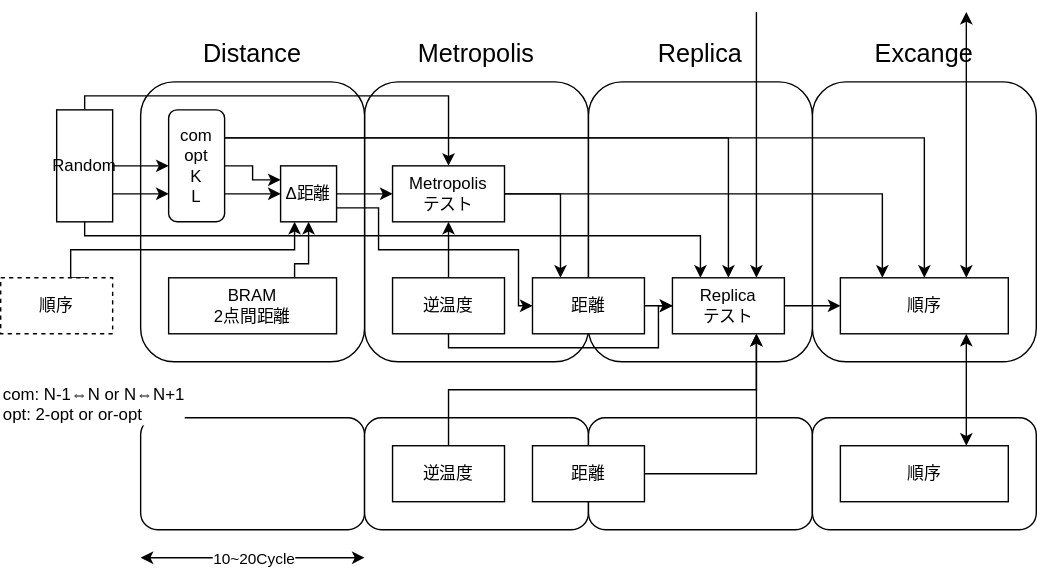
Before: ブロック図.svg, a diagram exported from draw.io (tom01h/replica_salesman). Source tidied: cells renumbered, new cells last; positions are measured from the earlier drawing's top-left corner, leaving out a move shared by most shapes.
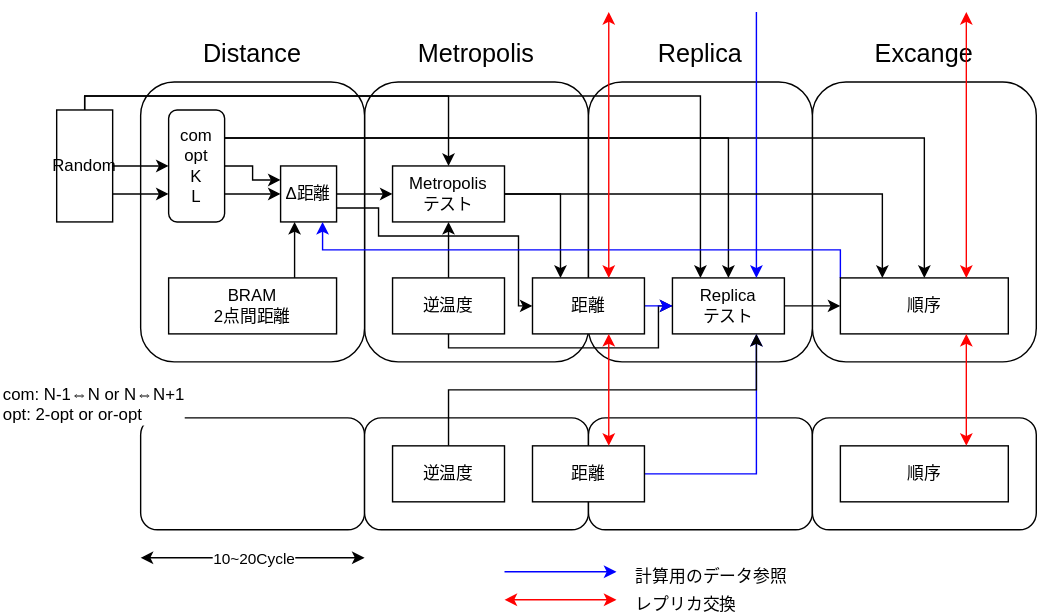
Above is the later version.

Diff of the diagram source:
```diff
@@ -23,7 +23,7 @@
     <mxCell id="8" style="edgeStyle=orthogonalEdgeStyle;rounded=0;jettySize=auto;html=1;exitX=1;exitY=0.25;exitDx=0;exitDy=0;entryX=0.5;entryY=0;entryDx=0;entryDy=0;" parent="1" edge="1" source="10" target="32">
       <mxGeometry relative="1" as="geometry" />
     </mxCell>
-    <mxCell id="9" style="edgeStyle=orthogonalEdgeStyle;rounded=0;jettySize=auto;html=1;exitX=1;exitY=0.25;exitDx=0;exitDy=0;entryX=0.5;entryY=0;entryDx=0;entryDy=0;" parent="1" edge="1" source="10" target="40">
+    <mxCell id="9" style="edgeStyle=orthogonalEdgeStyle;rounded=0;jettySize=auto;html=1;exitX=1;exitY=0.25;exitDx=0;exitDy=0;entryX=0.5;entryY=0;entryDx=0;entryDy=0;" parent="1" edge="1" source="10" target="41">
       <mxGeometry relative="1" as="geometry" />
     </mxCell>
     <mxCell id="10" value="com&lt;br&gt;opt&lt;br&gt;K&lt;br&gt;L" style="rounded=1;whiteSpace=wrap;html=1;" parent="1" vertex="1">
@@ -43,22 +43,22 @@
         </Array>
       </mxGeometry>
     </mxCell>
-    <mxCell id="14" style="edgeStyle=orthogonalEdgeStyle;rounded=0;jettySize=auto;html=1;exitX=0.5;exitY=1;exitDx=0;exitDy=0;entryX=0.25;entryY=0;entryDx=0;entryDy=0;fontSize=12;" parent="1" edge="1" source="15" target="32">
+    <mxCell id="14" style="edgeStyle=orthogonalEdgeStyle;rounded=0;jettySize=auto;html=1;exitX=0.5;exitY=0;exitDx=0;exitDy=0;entryX=0.25;entryY=0;entryDx=0;entryDy=0;fontSize=12;" parent="1" edge="1" source="15" target="32">
       <mxGeometry relative="1" as="geometry">
         <Array as="points">
-          <mxPoint x="60" y="160" />
-          <mxPoint x="500" y="160" />
+          <mxPoint x="60" y="60" />
+          <mxPoint x="500" y="60" />
         </Array>
       </mxGeometry>
     </mxCell>
     <mxCell id="15" value="Random" style="rounded=0;whiteSpace=wrap;html=1;" parent="1" vertex="1">
       <mxGeometry x="40" y="70" width="40" height="80" as="geometry" />
     </mxCell>
-    <mxCell id="16" style="edgeStyle=orthogonalEdgeStyle;rounded=0;jettySize=auto;html=1;exitX=0.75;exitY=0;exitDx=0;exitDy=0;entryX=0.5;entryY=1;entryDx=0;entryDy=0;" parent="1" edge="1" source="17" target="20">
+    <mxCell id="16" style="edgeStyle=orthogonalEdgeStyle;rounded=0;jettySize=auto;html=1;exitX=0.75;exitY=0;exitDx=0;exitDy=0;entryX=0.25;entryY=1;entryDx=0;entryDy=0;" parent="1" edge="1" source="17" target="20">
       <mxGeometry relative="1" as="geometry">
         <Array as="points">
-          <mxPoint x="210" y="180" />
-          <mxPoint x="220" y="180" />
+          <mxPoint x="210" y="170" />
+          <mxPoint x="210" y="170" />
         </Array>
       </mxGeometry>
     </mxCell>
@@ -72,8 +72,8 @@
       <mxGeometry relative="1" as="geometry">
         <Array as="points">
           <mxPoint x="270" y="140" />
-          <mxPoint x="270" y="170" />
-          <mxPoint x="370" y="170" />
+          <mxPoint x="270" y="160" />
+          <mxPoint x="370" y="160" />
           <mxPoint x="370" y="210" />
         </Array>
       </mxGeometry>
@@ -108,7 +108,7 @@
     <mxCell id="27" value="Metropolis" style="text;html=1;strokeColor=none;fillColor=none;align=center;verticalAlign=middle;whiteSpace=wrap;rounded=0;fontSize=18;rotation=0;" parent="1" vertex="1">
       <mxGeometry x="300" y="10" width="80" height="40" as="geometry" />
     </mxCell>
-    <mxCell id="28" style="edgeStyle=orthogonalEdgeStyle;rounded=0;jettySize=auto;html=1;exitX=1;exitY=0.5;exitDx=0;exitDy=0;fontSize=18;" parent="1" edge="1" source="29" target="32">
+    <mxCell id="28" style="edgeStyle=orthogonalEdgeStyle;rounded=0;jettySize=auto;html=1;exitX=1;exitY=0.5;exitDx=0;exitDy=0;fontSize=18;strokeColor=#0000FF;" parent="1" edge="1" source="29" target="32">
       <mxGeometry relative="1" as="geometry" />
     </mxCell>
     <mxCell id="29" value="距離" style="rounded=0;whiteSpace=wrap;html=1;" parent="1" vertex="1">
@@ -117,7 +117,7 @@
     <mxCell id="30" value="Replica" style="text;html=1;strokeColor=none;fillColor=none;align=center;verticalAlign=middle;whiteSpace=wrap;rounded=0;fontSize=18;rotation=0;" parent="1" vertex="1">
       <mxGeometry x="460" y="10" width="80" height="40" as="geometry" />
     </mxCell>
-    <mxCell id="31" style="edgeStyle=orthogonalEdgeStyle;rounded=0;jettySize=auto;html=1;exitX=1;exitY=0.5;exitDx=0;exitDy=0;entryX=0;entryY=0.5;entryDx=0;entryDy=0;fontSize=18;" parent="1" edge="1" source="32" target="40">
+    <mxCell id="31" style="edgeStyle=orthogonalEdgeStyle;rounded=0;jettySize=auto;html=1;exitX=1;exitY=0.5;exitDx=0;exitDy=0;entryX=0;entryY=0.5;entryDx=0;entryDy=0;fontSize=18;" parent="1" edge="1" source="32" target="41">
       <mxGeometry relative="1" as="geometry" />
     </mxCell>
     <mxCell id="32" value="Replica&lt;br&gt;テスト" style="rounded=0;whiteSpace=wrap;html=1;" parent="1" vertex="1">
@@ -132,7 +132,7 @@
     <mxCell id="35" style="rounded=1;whiteSpace=wrap;html=1;" parent="1" vertex="1">
       <mxGeometry x="420" y="290" width="160" height="80" as="geometry" />
     </mxCell>
-    <mxCell id="36" style="edgeStyle=orthogonalEdgeStyle;rounded=0;jettySize=auto;html=1;exitX=1;exitY=0.5;exitDx=0;exitDy=0;entryX=0.75;entryY=1;entryDx=0;entryDy=0;fontSize=18;" parent="1" edge="1" source="37" target="32">
+    <mxCell id="36" style="edgeStyle=orthogonalEdgeStyle;rounded=0;jettySize=auto;html=1;exitX=1;exitY=0.5;exitDx=0;exitDy=0;entryX=0.75;entryY=1;entryDx=0;entryDy=0;fontSize=18;strokeColor=#0000FF;" parent="1" edge="1" source="37" target="32">
       <mxGeometry relative="1" as="geometry" />
     </mxCell>
     <mxCell id="37" value="距離" style="rounded=0;whiteSpace=wrap;html=1;" parent="1" vertex="1">
@@ -144,56 +144,78 @@
     <mxCell id="39" value="Excange" style="text;html=1;strokeColor=none;fillColor=none;align=center;verticalAlign=middle;whiteSpace=wrap;rounded=0;fontSize=18;rotation=0;" parent="1" vertex="1">
       <mxGeometry x="620" y="10" width="80" height="40" as="geometry" />
     </mxCell>
-    <mxCell id="40" value="順序" style="rounded=0;whiteSpace=wrap;html=1;" parent="1" vertex="1">
-      <mxGeometry x="600" y="190" width="120" height="40" as="geometry" />
+    <mxCell id="40" style="edgeStyle=orthogonalEdgeStyle;rounded=0;jettySize=auto;html=1;exitX=0;exitY=0;exitDx=0;exitDy=0;entryX=0.75;entryY=1;entryDx=0;entryDy=0;strokeColor=#0000FF;" parent="1" edge="1" source="41" target="20">
+      <mxGeometry relative="1" as="geometry" />
     </mxCell>
     <mxCell id="41" value="順序" style="rounded=0;whiteSpace=wrap;html=1;" parent="1" vertex="1">
-      <mxGeometry x="600" y="310" width="120" height="40" as="geometry" />
+      <mxGeometry x="600" y="190" width="120" height="40" as="geometry" />
     </mxCell>
-    <mxCell id="42" style="endArrow=classic;startArrow=classic;html=1;fontSize=18;entryX=0.75;entryY=1;entryDx=0;entryDy=0;exitX=0.75;exitY=0;exitDx=0;exitDy=0;" parent="1" edge="1" source="41" target="40">
-      <mxGeometry relative="1" as="geometry" />
+    <mxCell id="42" value="順序" style="rounded=0;whiteSpace=wrap;html=1;" parent="1" vertex="1">
+      <mxGeometry x="600" y="310" width="120" height="40" as="geometry" />
     </mxCell>
-    <mxCell id="43" style="endArrow=classic;startArrow=classic;html=1;fontSize=18;entryX=0.75;entryY=0;entryDx=0;entryDy=0;" parent="1" edge="1" target="40">
-      <mxGeometry relative="1" as="geometry">
-        <mxPoint x="690" as="sourcePoint" />
-      </mxGeometry>
+    <mxCell id="43" style="endArrow=classic;startArrow=classic;html=1;fontSize=18;entryX=0.75;entryY=1;entryDx=0;entryDy=0;exitX=0.75;exitY=0;exitDx=0;exitDy=0;strokeColor=#FF0000;" parent="1" edge="1" source="42" target="41">
+      <mxGeometry relative="1" as="geometry" />
     </mxCell>
-    <mxCell id="44" value="com: N-1⇔N or N⇔N+1&lt;br&gt;opt: 2-opt or or-opt" style="text;html=1;strokeColor=none;fillColor=none;align=left;verticalAlign=top;whiteSpace=wrap;rounded=0;fontSize=12;labelBackgroundColor=#ffffff;" parent="1" vertex="1">
-      <mxGeometry y="260" width="140" height="40" as="geometry" />
+    <mxCell id="44" style="endArrow=classic;startArrow=classic;html=1;fontSize=18;entryX=0.75;entryY=0;entryDx=0;entryDy=0;strokeColor=#FF0000;" parent="1" edge="1" target="41">
+      <mxGeometry relative="1" as="geometry">
+        <mxPoint x="690" as="sourcePoint" />
+      </mxGeometry>
     </mxCell>
-    <mxCell id="45" style="endArrow=classic;html=1;fontSize=12;entryX=0.75;entryY=0;entryDx=0;entryDy=0;" parent="1" edge="1" target="32">
-      <mxGeometry relative="1" as="geometry">
-        <mxPoint x="540" as="sourcePoint" />
-      </mxGeometry>
+    <mxCell id="45" value="com: N-1⇔N or N⇔N+1&lt;br&gt;opt: 2-opt or or-opt" style="text;html=1;strokeColor=none;fillColor=none;align=left;verticalAlign=top;whiteSpace=wrap;rounded=0;fontSize=12;labelBackgroundColor=#ffffff;" parent="1" vertex="1">
+      <mxGeometry y="260" width="140" height="40" as="geometry" />
     </mxCell>
-    <mxCell id="46" style="edgeStyle=orthogonalEdgeStyle;rounded=0;jettySize=auto;html=1;exitX=0.5;exitY=0;exitDx=0;exitDy=0;entryX=0.75;entryY=1;entryDx=0;entryDy=0;fontSize=12;" parent="1" edge="1" source="47" target="32">
-      <mxGeometry relative="1" as="geometry" />
+    <mxCell id="46" style="endArrow=classic;html=1;fontSize=12;entryX=0.75;entryY=0;entryDx=0;entryDy=0;strokeColor=#0000FF;" parent="1" edge="1" target="32">
+      <mxGeometry relative="1" as="geometry">
+        <mxPoint x="540" as="sourcePoint" />
+      </mxGeometry>
     </mxCell>
-    <mxCell id="47" value="逆温度" style="rounded=0;whiteSpace=wrap;html=1;" parent="1" vertex="1">
-      <mxGeometry x="280" y="310" width="80" height="40" as="geometry" />
+    <mxCell id="47" style="edgeStyle=orthogonalEdgeStyle;rounded=0;jettySize=auto;html=1;exitX=0.5;exitY=0;exitDx=0;exitDy=0;entryX=0.75;entryY=1;entryDx=0;entryDy=0;fontSize=12;" parent="1" edge="1" source="48" target="32">
+      <mxGeometry relative="1" as="geometry" />
     </mxCell>
-    <mxCell id="48" style="edgeStyle=orthogonalEdgeStyle;rounded=0;jettySize=auto;html=1;exitX=0.75;exitY=0;exitDx=0;exitDy=0;entryX=0.25;entryY=1;entryDx=0;entryDy=0;fontSize=12;" parent="1" edge="1" source="49" target="20">
-      <mxGeometry relative="1" as="geometry">
-        <Array as="points">
-          <mxPoint x="50" y="170" />
-          <mxPoint x="210" y="170" />
-        </Array>
-      </mxGeometry>
+    <mxCell id="48" value="逆温度" style="rounded=0;whiteSpace=wrap;html=1;" parent="1" vertex="1">
+      <mxGeometry x="280" y="310" width="80" height="40" as="geometry" />
     </mxCell>
-    <mxCell id="49" value="順序" style="rounded=0;whiteSpace=wrap;html=1;dashed=1;" parent="1" vertex="1">
-      <mxGeometry y="190" width="80" height="40" as="geometry" />
+    <mxCell id="49" style="endArrow=classic;html=1;fontSize=12;targetPerimeterSpacing=0;startArrow=classic;startFill=1;" parent="1" edge="1">
+      <mxGeometry relative="1" as="geometry">
+        <mxPoint x="100" y="390" as="sourcePoint" />
+        <mxPoint x="260" y="390" as="targetPoint" />
+      </mxGeometry>
     </mxCell>
-    <mxCell id="50" style="endArrow=classic;html=1;fontSize=12;targetPerimeterSpacing=0;startArrow=classic;startFill=1;" parent="1" edge="1">
-      <mxGeometry relative="1" as="geometry">
-        <mxPoint x="100" y="390" as="sourcePoint" />
-        <mxPoint x="260" y="390" as="targetPoint" />
-      </mxGeometry>
+    <mxCell id="50" value="10~20Cycle" style="edgeLabel;html=1;align=center;verticalAlign=middle;" parent="49" vertex="1">
+      <mxGeometry relative="1" as="geometry" />
     </mxCell>
-    <mxCell id="51" value="10~20Cycle" style="edgeLabel;html=1;align=center;verticalAlign=middle;" parent="50" vertex="1">
+    <mxCell id="51" style="edgeStyle=orthogonalEdgeStyle;rounded=0;jettySize=auto;html=1;exitX=1;exitY=0.5;exitDx=0;exitDy=0;entryX=0.25;entryY=0;entryDx=0;entryDy=0;" parent="1" edge="1" source="26" target="41">
       <mxGeometry relative="1" as="geometry" />
     </mxCell>
-    <mxCell id="52" style="edgeStyle=orthogonalEdgeStyle;rounded=0;jettySize=auto;html=1;exitX=1;exitY=0.5;exitDx=0;exitDy=0;entryX=0.25;entryY=0;entryDx=0;entryDy=0;" parent="1" edge="1" source="26" target="40">
-      <mxGeometry relative="1" as="geometry" />
+    <mxCell id="52" style="endArrow=classic;startArrow=classic;html=1;fontSize=18;entryX=0.75;entryY=0;entryDx=0;entryDy=0;strokeColor=#FF0000;" parent="1" edge="1">
+      <mxGeometry relative="1" as="geometry">
+        <mxPoint x="434.5" as="sourcePoint" />
+        <mxPoint x="434.5" y="190" as="targetPoint" />
+      </mxGeometry>
     </mxCell>
+    <mxCell id="53" style="endArrow=classic;startArrow=classic;html=1;fontSize=18;entryX=0.75;entryY=1;entryDx=0;entryDy=0;exitX=0.75;exitY=0;exitDx=0;exitDy=0;strokeColor=#FF0000;" parent="1" edge="1">
+      <mxGeometry relative="1" as="geometry">
+        <mxPoint x="434.5" y="310" as="sourcePoint" />
+        <mxPoint x="434.5" y="230" as="targetPoint" />
+      </mxGeometry>
+    </mxCell>
+    <mxCell id="54" style="endArrow=classic;html=1;fontSize=12;strokeColor=#0000FF;" parent="1" edge="1">
+      <mxGeometry relative="1" as="geometry">
+        <mxPoint x="360" y="400" as="sourcePoint" />
+        <mxPoint x="440" y="400" as="targetPoint" />
+      </mxGeometry>
+    </mxCell>
+    <mxCell id="55" value="計算用のデータ参照" style="text;html=1;strokeColor=none;fillColor=none;align=left;verticalAlign=top;whiteSpace=wrap;rounded=0;fontSize=12;labelBackgroundColor=#ffffff;" parent="1" vertex="1">
+      <mxGeometry x="451.5" y="390" width="140" height="20" as="geometry" />
+    </mxCell>
+    <mxCell id="56" style="endArrow=classic;startArrow=classic;html=1;fontSize=18;entryX=0.75;entryY=1;entryDx=0;entryDy=0;strokeColor=#FF0000;" parent="1" edge="1">
+      <mxGeometry relative="1" as="geometry">
+        <mxPoint x="440" y="420" as="sourcePoint" />
+        <mxPoint x="360" y="420" as="targetPoint" />
+      </mxGeometry>
+    </mxCell>
+    <mxCell id="57" value="レプリカ交換" style="text;html=1;strokeColor=none;fillColor=none;align=left;verticalAlign=top;whiteSpace=wrap;rounded=0;fontSize=12;labelBackgroundColor=#ffffff;" parent="1" vertex="1">
+      <mxGeometry x="451.5" y="410" width="140" height="20" as="geometry" />
+    </mxCell>
   </root>
 </mxGraphModel>
```
